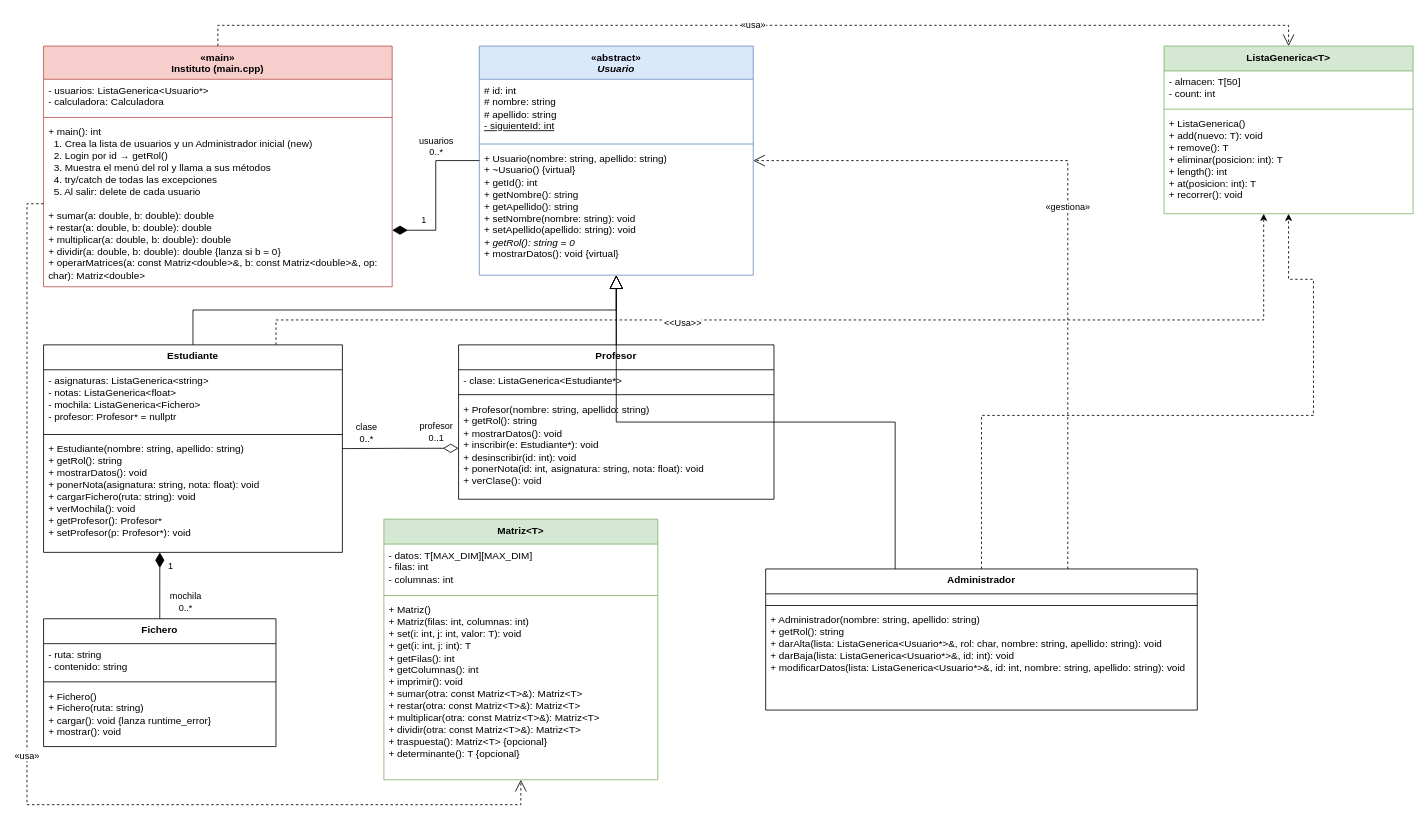
Above: Diagrama UML.drawio in Adrian-Duque/Instituto (draw.io), before the change. Source tidied: cells renumbered, new cells numbered last; positions are measured from the earlier drawing's top-left corner, leaving out a move shared by most shapes. Both pictures are drawn from the tidied source at 83%, with x=0, y=0 at pixel (27, 25).
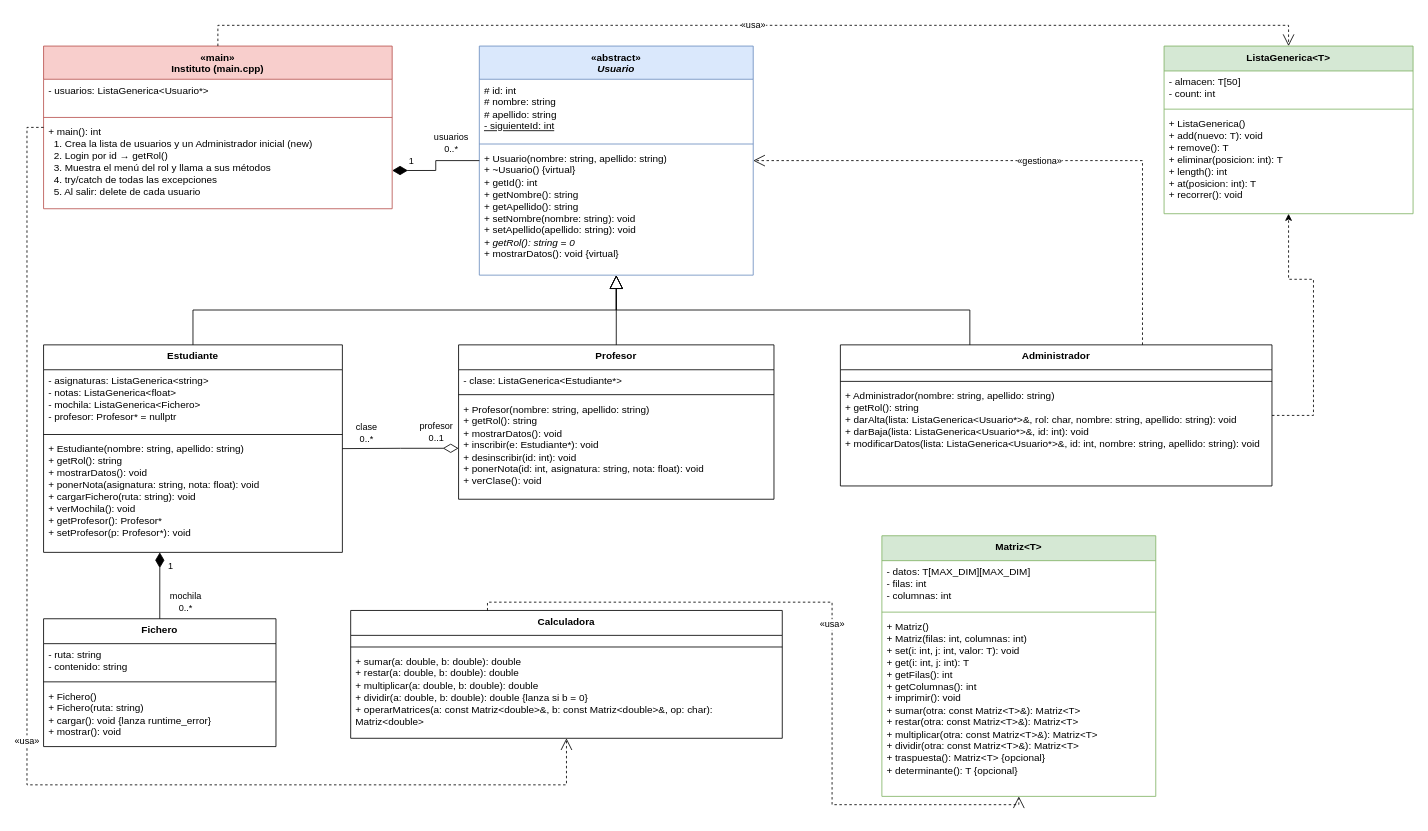
After the change.

Commit message (it also covers changes not shown here):
ListaGenerica<T> y Usuario  (#1)

The change refers to these unchanged cells:
```xml
<mxCell id="12" value="Estudiante" style="swimlane;fontStyle=1;align=center;verticalAlign=top;horizontal=1;startSize=30;whiteSpace=wrap;html=1;" parent="1" vertex="1">
  <mxGeometry x="20" y="385" width="360" height="250" as="geometry" />
</mxCell>
<mxCell id="32" value="+ ListaGenerica()&lt;br&gt;+ add(nuevo: T): void&lt;br&gt;+ remove(): T&lt;br&gt;+ eliminar(posicion: int): T&lt;br&gt;+ length(): int&lt;br&gt;+ at(posicion: int): T&lt;br&gt;+ recorrer(): void" style="text;strokeColor=none;fillColor=none;align=left;verticalAlign=top;spacingLeft=4;spacingRight=4;overflow=hidden;points=[[0,0.5],[1,0.5]];portConstraint=eastwest;whiteSpace=wrap;html=1;" parent="29" vertex="1">
  <mxGeometry y="80" width="300" height="122" as="geometry" />
</mxCell>
```

Diff of the diagram source:
```diff
@@
     <mxCell id="2" value="«main»&lt;br&gt;Instituto (main.cpp)" style="swimlane;fontStyle=1;align=center;verticalAlign=top;horizontal=1;startSize=40;whiteSpace=wrap;html=1;fillColor=#f8cecc;strokeColor=#b85450;" parent="1" vertex="1">
-      <mxGeometry x="20" y="25" width="420" height="290" as="geometry" />
+      <mxGeometry x="20" y="25" width="420" height="196" as="geometry" />
     </mxCell>
-    <mxCell id="3" value="- usuarios: ListaGenerica&amp;lt;Usuario*&amp;gt;&lt;br&gt;- calculadora: Calculadora" style="text;strokeColor=none;fillColor=none;align=left;verticalAlign=top;spacingLeft=4;spacingRight=4;overflow=hidden;whiteSpace=wrap;html=1;" parent="2" vertex="1">
+    <mxCell id="3" value="- usuarios: ListaGenerica&amp;lt;Usuario*&amp;gt;&lt;br&gt;" style="text;strokeColor=none;fillColor=none;align=left;verticalAlign=top;spacingLeft=4;spacingRight=4;overflow=hidden;whiteSpace=wrap;html=1;" parent="2" vertex="1">
       <mxGeometry y="40" width="420" height="42" as="geometry" />
     </mxCell>
@@
-    <mxCell id="5" value="+ main(): int&lt;br&gt;&amp;nbsp; 1. Crea la lista de usuarios y un Administrador inicial (new)&lt;br&gt;&amp;nbsp; 2. Login por id → getRol()&lt;br&gt;&amp;nbsp; 3. Muestra el menú del rol y llama a sus métodos&lt;br&gt;&amp;nbsp; 4. try/catch de todas las excepciones&lt;br&gt;&amp;nbsp; 5. Al salir: delete de cada usuario&lt;br&gt;&lt;br&gt;+ sumar(a: double, b: double): double&lt;br style=&quot;border-color: rgb(218, 220, 224);&quot;&gt;+ restar(a: double, b: double): double&lt;br style=&quot;border-color: rgb(218, 220, 224);&quot;&gt;+ multiplicar(a: double, b: double): double&lt;br style=&quot;border-color: rgb(218, 220, 224);&quot;&gt;+ dividir(a: double, b: double): double {lanza si b = 0}&lt;br style=&quot;border-color: rgb(218, 220, 224);&quot;&gt;+ operarMatrices(a: const Matriz&amp;lt;double&amp;gt;&amp;amp;, b: const Matriz&amp;lt;double&amp;gt;&amp;amp;, op: char): Matriz&amp;lt;double&amp;gt;" style="text;strokeColor=none;fillColor=none;align=left;verticalAlign=top;spacingLeft=4;spacingRight=4;overflow=hidden;points=[[0,0.5],[1,0.5]];portConstraint=eastwest;whiteSpace=wrap;html=1;" parent="2" vertex="1">
-      <mxGeometry y="90" width="420" height="200" as="geometry" />
+    <mxCell id="5" value="+ main(): int&lt;br&gt;&amp;nbsp; 1. Crea la lista de usuarios y un Administrador inicial (new)&lt;br&gt;&amp;nbsp; 2. Login por id → getRol()&lt;br&gt;&amp;nbsp; 3. Muestra el menú del rol y llama a sus métodos&lt;br&gt;&amp;nbsp; 4. try/catch de todas las excepciones&lt;br&gt;&amp;nbsp; 5. Al salir: delete de cada usuario" style="text;strokeColor=none;fillColor=none;align=left;verticalAlign=top;spacingLeft=4;spacingRight=4;overflow=hidden;points=[[0,0.5],[1,0.5]];portConstraint=eastwest;whiteSpace=wrap;html=1;" parent="2" vertex="1">
+      <mxGeometry y="90" width="420" height="106" as="geometry" />
     </mxCell>
@@
-    <mxCell id="10" style="edgeStyle=orthogonalEdgeStyle;rounded=0;jettySize=auto;html=1;dashed=1;" parent="1" edge="1" source="12" target="32">
-      <mxGeometry relative="1" as="geometry">
-        <Array as="points">
-          <mxPoint x="300" y="355" />
-          <mxPoint x="1490" y="355" />
-        </Array>
-      </mxGeometry>
-    </mxCell>
-    <mxCell id="11" value="&amp;lt;&amp;lt;Usa&amp;gt;&amp;gt;" style="edgeLabel;html=1;align=center;verticalAlign=middle;" parent="10" vertex="1">
-      <mxGeometry x="-0.23" y="-3" relative="1" as="geometry" />
-    </mxCell>
@@
     <mxCell id="21" value="Administrador" style="swimlane;fontStyle=1;align=center;verticalAlign=top;horizontal=1;startSize=30;whiteSpace=wrap;html=1;" parent="1" vertex="1">
-      <mxGeometry x="890" y="655" width="520" height="170" as="geometry" />
+      <mxGeometry x="980" y="385" width="520" height="170" as="geometry" />
     </mxCell>
@@
     <mxCell id="33" value="Matriz&amp;lt;T&amp;gt;" style="swimlane;fontStyle=1;align=center;verticalAlign=top;horizontal=1;startSize=30;whiteSpace=wrap;html=1;fillColor=#d5e8d4;strokeColor=#82b366;" parent="1" vertex="1">
-      <mxGeometry x="430" y="595" width="330" height="314" as="geometry" />
+      <mxGeometry x="1030" y="615" width="330" height="314" as="geometry" />
     </mxCell>
@@
+    <mxCell id="52" value="Calculadora" style="swimlane;fontStyle=1;align=center;verticalAlign=top;horizontal=1;startSize=30;whiteSpace=wrap;html=1;" parent="1" vertex="1">
+      <mxGeometry x="390" y="705" width="520" height="154" as="geometry" />
+    </mxCell>
+    <mxCell id="53" style="text;strokeColor=none;fillColor=none;align=left;verticalAlign=top;spacingLeft=4;spacingRight=4;overflow=hidden;whiteSpace=wrap;html=1;" parent="52" vertex="1">
+      <mxGeometry y="30" width="520" height="10" as="geometry" />
+    </mxCell>
+    <mxCell id="54" style="line;strokeWidth=1;fillColor=none;align=left;verticalAlign=middle;spacingTop=-1;spacingLeft=3;spacingRight=3;labelPosition=right;strokeColor=inherit;" parent="52" vertex="1">
+      <mxGeometry y="40" width="520" height="8" as="geometry" />
+    </mxCell>
+    <mxCell id="55" value="+ sumar(a: double, b: double): double&lt;br&gt;+ restar(a: double, b: double): double&lt;br&gt;+ multiplicar(a: double, b: double): double&lt;br&gt;+ dividir(a: double, b: double): double {lanza si b = 0}&lt;br&gt;+ operarMatrices(a: const Matriz&amp;lt;double&amp;gt;&amp;amp;, b: const Matriz&amp;lt;double&amp;gt;&amp;amp;, op: char): Matriz&amp;lt;double&amp;gt;" style="text;strokeColor=none;fillColor=none;align=left;verticalAlign=top;spacingLeft=4;spacingRight=4;overflow=hidden;whiteSpace=wrap;html=1;" parent="52" vertex="1">
+      <mxGeometry y="48" width="520" height="106" as="geometry" />
+    </mxCell>
@@
+    <mxCell id="56" value="«usa»" style="endArrow=open;endSize=12;dashed=1;html=1;edgeStyle=orthogonalEdgeStyle;rounded=0;exitX=0;exitY=0.5;exitDx=0;exitDy=0;entryX=0.5;entryY=1;entryDx=0;entryDy=0;" parent="1" edge="1" source="2" target="52">
+      <mxGeometry relative="1" as="geometry">
+        <Array as="points">
+          <mxPoint y="123.1" />
+          <mxPoint y="915.1" />
+          <mxPoint x="650" y="915.1" />
+        </Array>
+      </mxGeometry>
+    </mxCell>
@@
-    <mxCell id="51" value="«usa»" style="endArrow=open;endSize=12;dashed=1;html=1;edgeStyle=orthogonalEdgeStyle;rounded=0;exitX=0;exitY=0.5;exitDx=0;exitDy=0;entryX=0.5;entryY=1;entryDx=0;entryDy=0;" parent="1" edge="1" source="5" target="33">
-      <mxGeometry relative="1" as="geometry">
-        <Array as="points">
-          <mxPoint y="215" />
-          <mxPoint y="939" />
-          <mxPoint x="595" y="939" />
-        </Array>
-      </mxGeometry>
+    <mxCell id="51" value="«usa»" style="endArrow=open;endSize=12;dashed=1;html=1;edgeStyle=orthogonalEdgeStyle;rounded=0;exitX=0.317;exitY=0;exitDx=0;exitDy=0;entryX=0.5;entryY=1;entryDx=0;entryDy=0;" parent="1" edge="1" source="52" target="33">
+      <mxGeometry relative="1" as="geometry" />
     </mxCell>
```
